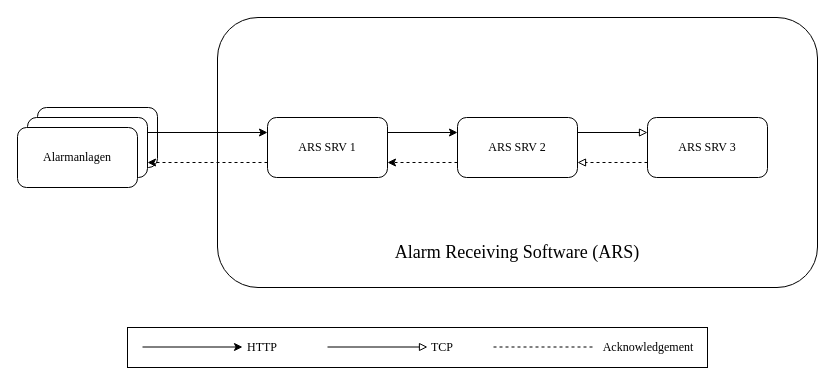
This is drawio/ars.drawio from JadKHaddad/MT, a draw.io file, before an edit. Source tidied: cells renumbered, new cells numbered last; positions are measured from the earlier drawing's top-left corner, leaving out a move shared by most shapes. Both pictures are drawn from the tidied source at 100%, with x=0, y=0 at pixel (17, 17).
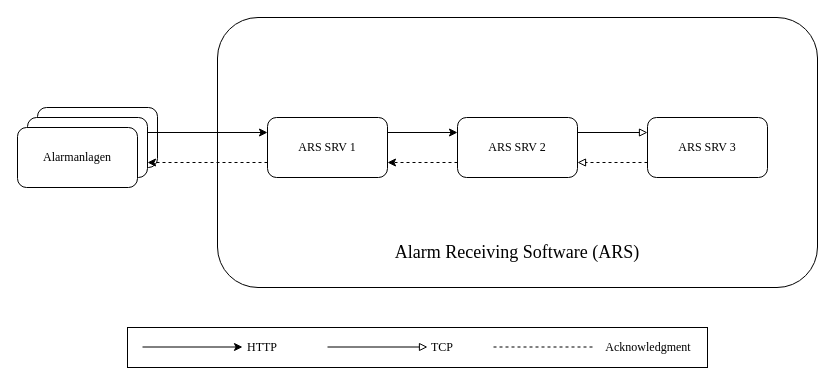
Above is the later version.

Diff of the diagram source:
```diff
@@
-    <mxCell id="20" value="Acknowledgement" style="text;html=1;whiteSpace=wrap;strokeColor=none;fillColor=none;align=center;verticalAlign=middle;rounded=0;fontFamily=Times New Roman;" parent="1" vertex="1">
+    <mxCell id="20" value="Acknowledgment" style="text;html=1;whiteSpace=wrap;strokeColor=none;fillColor=none;align=center;verticalAlign=middle;rounded=0;fontFamily=Times New Roman;" parent="1" vertex="1">
       <mxGeometry x="601" y="315" width="60" height="30" as="geometry" />
     </mxCell>
```
